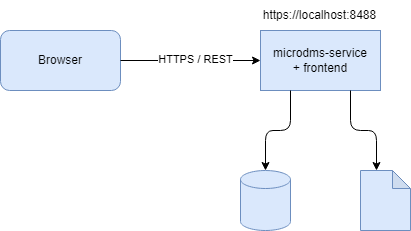
The draw.io diagram docs/microdms_deployment-home-lab.drawio.png in nagypet/microdms-docker, before a commit. Source tidied: cells renumbered, new cells last; positions are measured from the earlier drawing's top-left corner, leaving out a move shared by most shapes.
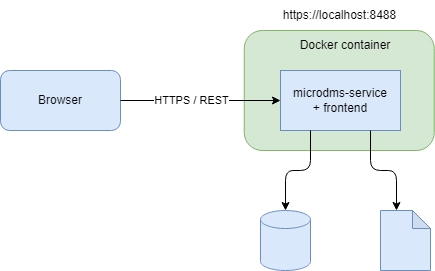
Above is the later version.

What changed in the source:
```diff
@@ -2,6 +2,12 @@
   <root>
     <mxCell id="0" />
     <mxCell id="1" parent="0" />
+    <mxCell id="11" style="rounded=1;whiteSpace=wrap;html=1;fillColor=#d5e8d4;strokeColor=#82b366;" parent="1" vertex="1">
+      <mxGeometry x="223.8" y="-10" width="190" height="120" as="geometry" />
+    </mxCell>
+    <mxCell id="12" value="Docker container" style="text;html=1;align=center;verticalAlign=middle;whiteSpace=wrap;rounded=0;" parent="1" vertex="1">
+      <mxGeometry x="275" y="-10" width="100" height="30" as="geometry" />
+    </mxCell>
     <mxCell id="2" value="microdms-service&lt;div&gt;+ frontend&lt;/div&gt;" style="rounded=0;whiteSpace=wrap;html=1;fillColor=#dae8fc;strokeColor=#6c8ebf;" parent="1" vertex="1">
       <mxGeometry x="260" y="30" width="120" height="60" as="geometry" />
     </mxCell>
@@ -18,16 +24,18 @@
       <mxGeometry relative="1" as="geometry" />
     </mxCell>
     <mxCell id="7" value="Browser" style="rounded=1;whiteSpace=wrap;html=1;fillColor=#dae8fc;strokeColor=#6c8ebf;" parent="1" vertex="1">
-      <mxGeometry y="30" width="120" height="60" as="geometry" />
+      <mxGeometry x="-20" y="30" width="120" height="60" as="geometry" />
     </mxCell>
     <mxCell id="8" style="endArrow=classic;html=1;rounded=0;exitX=1;exitY=0.5;exitDx=0;exitDy=0;entryX=0;entryY=0.5;entryDx=0;entryDy=0;" parent="1" edge="1" source="7" target="2">
       <mxGeometry relative="1" as="geometry" />
     </mxCell>
     <mxCell id="9" value="HTTPS / REST" style="edgeLabel;html=1;align=center;verticalAlign=middle;" parent="8" vertex="1">
-      <mxGeometry x="0.06" y="1" relative="1" as="geometry" />
+      <mxGeometry x="0.06" y="1" relative="1" as="geometry">
+        <mxPoint x="-14" y="1" as="offset" />
+      </mxGeometry>
     </mxCell>
     <mxCell id="10" value="https://localhost:8488" style="text;html=1;align=center;verticalAlign=middle;whiteSpace=wrap;rounded=0;" parent="1" vertex="1">
-      <mxGeometry x="257.5" width="122.5" height="30" as="geometry" />
+      <mxGeometry x="257.5" y="-40" width="122.5" height="30" as="geometry" />
     </mxCell>
   </root>
 </mxGraphModel>
```
